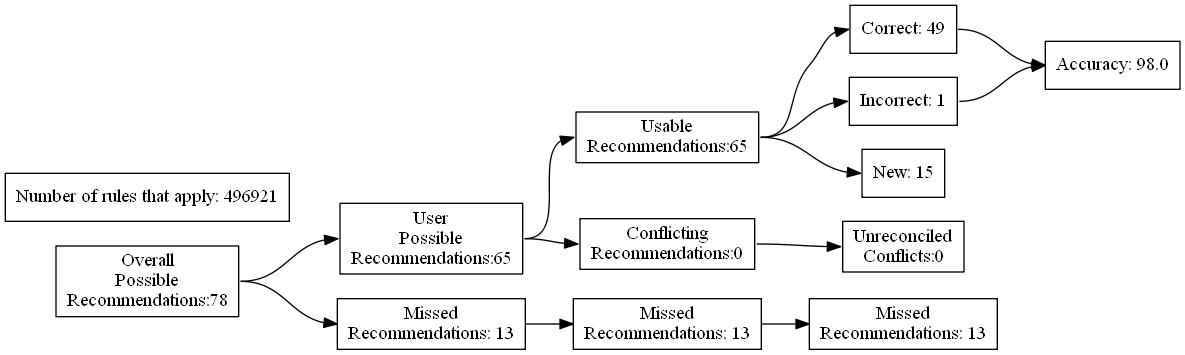
This is test_renders/54.gv.png from ZaxR/ibd_diet_analysis, a Graphviz export, as it was before one commit. Its source is kept beside it as test_renders/54.gv.
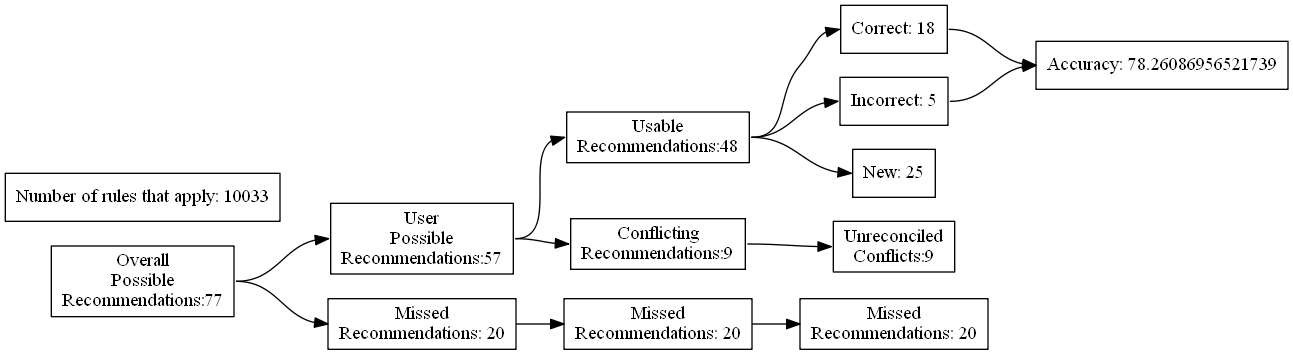
Above is the later version.

What changed in the source:
```diff
@@ -4,27 +4,27 @@
 	edge [headport=w tailport=e]
 		A [label="Overall
 Possible
-Recommendations:78"]
+Recommendations:77"]
 		B [label="User
 Possible
-Recommendations:65"]
+Recommendations:57"]
 		C [label="Missed
-Recommendations: 13"]
+Recommendations: 20"]
 		D [label="Usable
-Recommendations:65"]
+Recommendations:48"]
 		E [label="Conflicting
-Recommendations:0"]
+Recommendations:9"]
 		J [label="Missed
-Recommendations: 13"]
+Recommendations: 20"]
 		M [label="Unreconciled
-Conflicts:0"]
-		F [label="Correct: 49"]
-		G [label="Incorrect: 1"]
-		H [label="New: 15"]
+Conflicts:9"]
+		F [label="Correct: 18"]
+		G [label="Incorrect: 5"]
+		H [label="New: 25"]
 		K [label="Missed
-Recommendations: 13"]
-		I [label="Accuracy: 98.0"]
-		l [label="Number of rules that apply: 496921"]
+Recommendations: 20"]
+		I [label="Accuracy: 78.26086956521739"]
+		l [label="Number of rules that apply: 10033"]
 			A -> B
 			A -> C
 			B -> D
```
